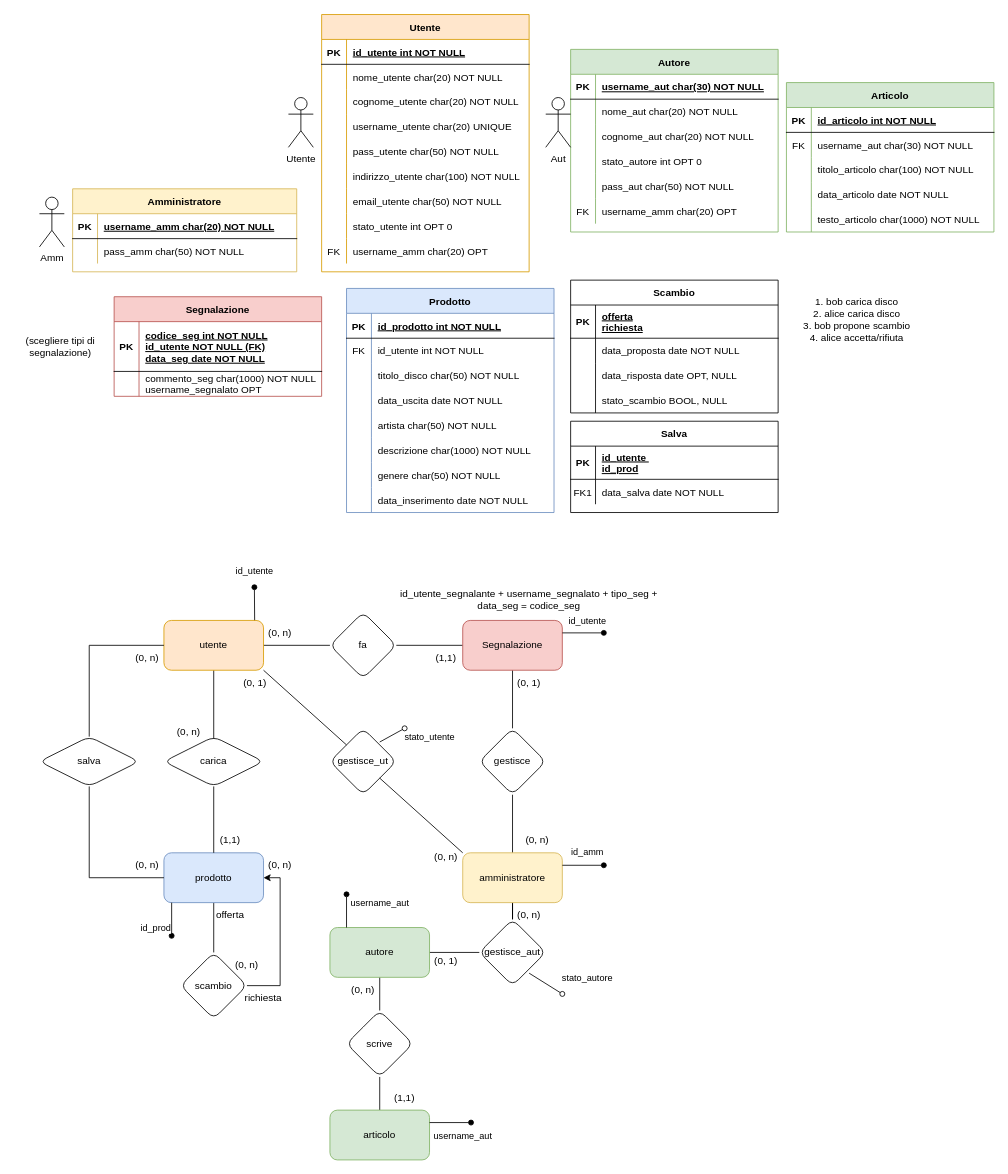
Above: testDraw.drawio in nonPitte/testDraw (draw.io), before the change. Source tidied: cells renumbered, new cells numbered last; positions are measured from the earlier drawing's top-left corner, leaving out a move shared by most shapes. Both pictures are drawn from the tidied source at 83%, with x=0, y=0 at pixel (14, 14).
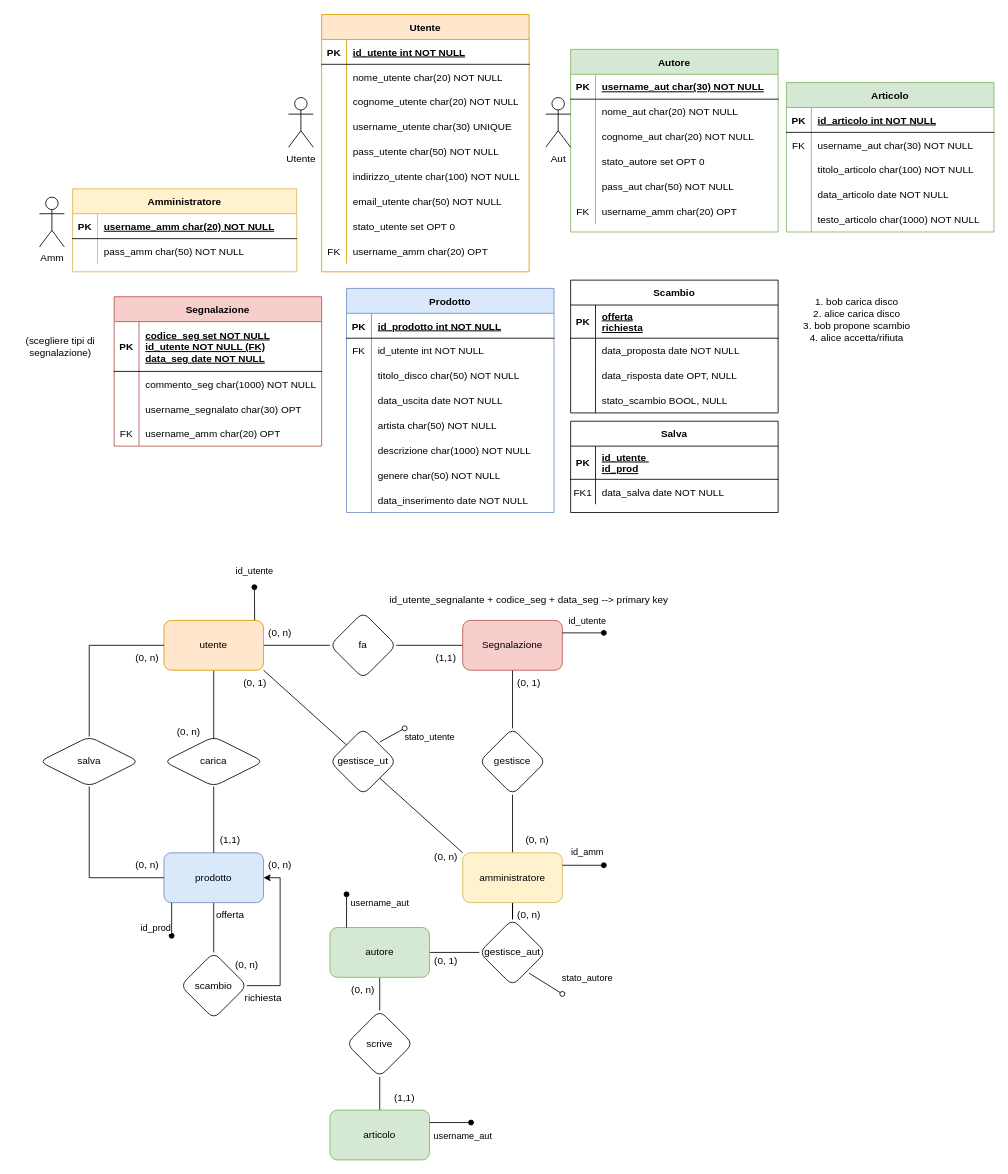
The same page after the edit.

Unchanged cells that the change refers to:
```xml
<mxCell id="12" style="shape=partialRectangle;fillColor=none;top=0;left=0;right=0;bottom=0;" parent="2" vertex="1">
  <mxGeometry y="120" width="250" height="30" as="geometry" />
</mxCell>
<mxCell id="24" style="shape=partialRectangle;fillColor=none;top=0;left=0;right=0;bottom=0;" parent="2" vertex="1">
  <mxGeometry y="240" width="250" height="30" as="geometry" />
</mxCell>
<mxCell id="141" style="shape=partialRectangle;fillColor=none;top=0;left=0;right=0;bottom=0;" parent="131" vertex="1">
  <mxGeometry y="120" width="250" height="30" as="geometry" />
</mxCell>
<mxCell id="180" style="shape=partialRectangle;fillColor=none;top=0;left=0;right=0;bottom=1;" parent="179" vertex="1">
  <mxGeometry y="30" width="250" height="60" as="geometry" />
</mxCell>
<mxCell id="183" style="shape=partialRectangle;fillColor=none;top=0;left=0;right=0;bottom=0;" parent="179" vertex="1">
  <mxGeometry y="90" width="250" height="30" as="geometry" />
</mxCell>
```

The edit, as a diff of the source:
```diff
@@
-    <mxCell id="14" value="username_utente char(20) UNIQUE" style="shape=partialRectangle;overflow=hidden;fillColor=none;top=0;left=0;bottom=0;right=0;align=left;spacingLeft=6;" parent="12" vertex="1">
+    <mxCell id="14" value="username_utente char(30) UNIQUE" style="shape=partialRectangle;overflow=hidden;fillColor=none;top=0;left=0;bottom=0;right=0;align=left;spacingLeft=6;" parent="12" vertex="1">
       <mxGeometry x="30" width="220" height="30" as="geometry" />
     </mxCell>
@@
-    <mxCell id="26" value="stato_utente int OPT 0" style="shape=partialRectangle;overflow=hidden;fillColor=none;top=0;left=0;bottom=0;right=0;align=left;spacingLeft=6;labelBackgroundColor=none;fontSize=12;" parent="24" vertex="1">
+    <mxCell id="26" value="stato_utente set OPT 0" style="shape=partialRectangle;overflow=hidden;fillColor=none;top=0;left=0;bottom=0;right=0;align=left;spacingLeft=6;labelBackgroundColor=none;fontSize=12;" parent="24" vertex="1">
       <mxGeometry x="30" width="220" height="30" as="geometry" />
     </mxCell>
@@
-    <mxCell id="88" value="id_utente_segnalante + username_segnalato + tipo_seg + data_seg = codice_seg" style="text;html=1;align=center;verticalAlign=middle;whiteSpace=wrap;rounded=0;" parent="1" vertex="1">
+    <mxCell id="88" value="id_utente_segnalante + codice_seg + data_seg --&amp;gt; primary key" style="text;html=1;align=center;verticalAlign=middle;whiteSpace=wrap;rounded=0;" parent="1" vertex="1">
       <mxGeometry x="445" y="690" width="350" height="30" as="geometry" />
     </mxCell>
@@
-    <mxCell id="143" value="stato_autore int OPT 0" style="shape=partialRectangle;overflow=hidden;fillColor=none;top=0;left=0;bottom=0;right=0;align=left;spacingLeft=6;" parent="141" vertex="1">
+    <mxCell id="143" value="stato_autore set OPT 0" style="shape=partialRectangle;overflow=hidden;fillColor=none;top=0;left=0;bottom=0;right=0;align=left;spacingLeft=6;" parent="141" vertex="1">
       <mxGeometry x="30" width="220" height="30" as="geometry" />
     </mxCell>
@@
     <mxCell id="179" value="Segnalazione" style="shape=table;startSize=30;childLayout=tableLayout;rowLines=0;fontStyle=1;align=center;fillColor=#f8cecc;strokeColor=#b85450;" parent="1" vertex="1">
-      <mxGeometry x="120" y="340" width="250" height="120" as="geometry" />
+      <mxGeometry x="120" y="340" width="250" height="180" as="geometry" />
     </mxCell>
@@
-    <mxCell id="182" value="codice_seg int NOT NULL &#10;id_utente NOT NULL (FK)&#10;data_seg date NOT NULL" style="shape=partialRectangle;overflow=hidden;fillColor=none;top=0;left=0;bottom=0;right=0;align=left;spacingLeft=6;fontStyle=5;" parent="180" vertex="1">
+    <mxCell id="182" value="codice_seg set NOT NULL &#10;id_utente NOT NULL (FK)&#10;data_seg date NOT NULL" style="shape=partialRectangle;overflow=hidden;fillColor=none;top=0;left=0;bottom=0;right=0;align=left;spacingLeft=6;fontStyle=5;" parent="180" vertex="1">
       <mxGeometry x="30" width="220" height="60" as="geometry" />
     </mxCell>
@@
-    <mxCell id="185" value="commento_seg char(1000) NOT NULL&#10;username_segnalato OPT" style="shape=partialRectangle;overflow=hidden;fillColor=none;top=0;left=0;bottom=0;right=0;align=left;spacingLeft=6;" parent="183" vertex="1">
+    <mxCell id="185" value="commento_seg char(1000) NOT NULL" style="shape=partialRectangle;overflow=hidden;fillColor=none;top=0;left=0;bottom=0;right=0;align=left;spacingLeft=6;" parent="183" vertex="1">
       <mxGeometry x="30" width="220" height="30" as="geometry" />
     </mxCell>
+    <mxCell id="187" style="shape=partialRectangle;fillColor=none;top=0;left=0;right=0;bottom=0;" parent="179" vertex="1">
+      <mxGeometry y="120" width="250" height="30" as="geometry" />
+    </mxCell>
+    <mxCell id="188" style="shape=partialRectangle;overflow=hidden;fillColor=none;top=0;left=0;bottom=0;right=0;" parent="187" vertex="1">
+      <mxGeometry width="30" height="30" as="geometry" />
+    </mxCell>
+    <mxCell id="189" value="username_segnalato char(30) OPT " style="shape=partialRectangle;overflow=hidden;fillColor=none;top=0;left=0;bottom=0;right=0;align=left;spacingLeft=6;" parent="187" vertex="1">
+      <mxGeometry x="30" width="220" height="30" as="geometry" />
+    </mxCell>
+    <mxCell id="190" style="shape=partialRectangle;fillColor=none;top=0;left=0;right=0;bottom=0;" parent="179" vertex="1">
+      <mxGeometry y="150" width="250" height="30" as="geometry" />
+    </mxCell>
+    <mxCell id="191" value="FK" style="shape=partialRectangle;overflow=hidden;fillColor=none;top=0;left=0;bottom=0;right=0;" parent="190" vertex="1">
+      <mxGeometry width="30" height="30" as="geometry" />
+    </mxCell>
+    <mxCell id="192" value="username_amm char(20) OPT " style="shape=partialRectangle;overflow=hidden;fillColor=none;top=0;left=0;bottom=0;right=0;align=left;spacingLeft=6;" parent="190" vertex="1">
+      <mxGeometry x="30" width="220" height="30" as="geometry" />
+    </mxCell>
```
